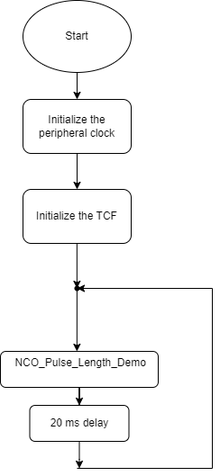
Above: images/ncoPlFlowchart.png in microchip-pic-avr-examples/avr16eb32-getting-started-with-tcf-mplab-bare-metal (draw.io), before the change. Source tidied: cells renumbered, new cells last; positions are measured from the earlier drawing's top-left corner, leaving out a move shared by most shapes.
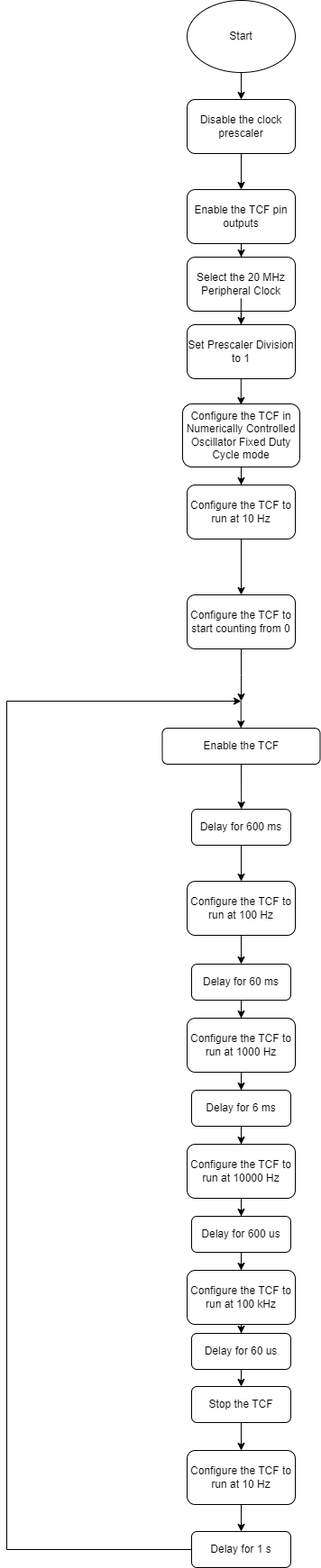
After the commit.

What changed in the source:
```diff
@@ -11,55 +11,156 @@
     <mxCell id="4" style="edgeStyle=orthogonalEdgeStyle;rounded=0;jettySize=auto;html=1;" parent="1" edge="1" source="5" target="6">
       <mxGeometry relative="1" as="geometry" />
     </mxCell>
-    <mxCell id="5" value="Initialize the peripheral clock" style="rounded=1;whiteSpace=wrap;html=1;" parent="1" vertex="1">
+    <mxCell id="5" value="Disable the clock prescaler" style="rounded=1;whiteSpace=wrap;html=1;" parent="1" vertex="1">
       <mxGeometry x="25" y="110" width="120" height="60" as="geometry" />
     </mxCell>
+    <mxCell id="16" style="edgeStyle=orthogonalEdgeStyle;rounded=0;jettySize=auto;html=1;" parent="1" edge="1" source="6" target="19">
+      <mxGeometry relative="1" as="geometry" />
+    </mxCell>
-    <mxCell id="6" value="Initialize the TCF" style="rounded=1;whiteSpace=wrap;html=1;" parent="1" vertex="1">
+    <mxCell id="6" value="Enable the TCF pin outputs" style="rounded=1;whiteSpace=wrap;html=1;" parent="1" vertex="1">
       <mxGeometry x="25" y="210" width="120" height="60" as="geometry" />
     </mxCell>
-    <mxCell id="7" style="edgeStyle=orthogonalEdgeStyle;rounded=0;jettySize=auto;html=1;" parent="1" edge="1" source="8" target="15">
-      <mxGeometry relative="1" as="geometry" />
-    </mxCell>
-    <mxCell id="8" value="&lt;div&gt;&amp;nbsp;NCO_Pulse_Length_Demo&lt;/div&gt;&lt;div&gt;&lt;br&gt;&lt;/div&gt;" style="rounded=1;whiteSpace=wrap;html=1;" parent="1" vertex="1">
-      <mxGeometry y="390" width="175" height="40" as="geometry" />
+    <mxCell id="8" value="Enable the TCF" style="rounded=1;whiteSpace=wrap;html=1;" parent="1" vertex="1">
+      <mxGeometry x="-2.5" y="808" width="175" height="40" as="geometry" />
     </mxCell>
-    <mxCell id="9" style="endArrow=classic;html=1;rounded=0;" parent="1" edge="1">
-      <mxGeometry relative="1" as="geometry">
-        <mxPoint x="84.9" y="270" as="sourcePoint" />
-        <mxPoint x="84.9" y="320" as="targetPoint" />
-      </mxGeometry>
-    </mxCell>
-    <mxCell id="10" style="endArrow=classic;html=1;rounded=0;entryX=0.441;entryY=0.667;entryDx=0;entryDy=0;entryPerimeter=0;" parent="1" edge="1">
-      <mxGeometry relative="1" as="geometry">
-        <mxPoint x="84.9" y="320" as="sourcePoint" />
-        <mxPoint x="84.9" y="390" as="targetPoint" />
-      </mxGeometry>
-    </mxCell>
-    <mxCell id="11" style="endArrow=classic;html=1;rounded=0;edgeStyle=orthogonalEdgeStyle;" parent="1" edge="1" source="13">
-      <mxGeometry relative="1" as="geometry">
-        <mxPoint x="85" y="320" as="targetPoint" />
-      </mxGeometry>
-    </mxCell>
-    <mxCell id="12" style="endArrow=classic;html=1;rounded=0;edgeStyle=orthogonalEdgeStyle;" parent="1" edge="1" target="13">
-      <mxGeometry relative="1" as="geometry">
-        <mxPoint x="85" y="520" as="sourcePoint" />
-        <Array as="points">
-          <mxPoint x="85" y="520" />
-          <mxPoint x="235" y="520" />
-          <mxPoint x="235" y="320" />
-        </Array>
-      </mxGeometry>
-    </mxCell>
-    <mxCell id="13" style="shape=waypoint;sketch=0;fillStyle=solid;size=6;points=[];fillColor=none;perimeter=centerPerimeter;snapToPoint=1;" parent="1" vertex="1">
-      <mxGeometry x="75" y="310" width="20" height="20" as="geometry" />
-    </mxCell>
-    <mxCell id="14" style="edgeStyle=orthogonalEdgeStyle;rounded=0;jettySize=auto;html=1;" parent="1" edge="1" source="15">
-      <mxGeometry relative="1" as="geometry">
-        <mxPoint x="87.5" y="520" as="targetPoint" />
-      </mxGeometry>
-    </mxCell>
+    <mxCell id="17" style="edgeStyle=orthogonalEdgeStyle;rounded=0;jettySize=auto;html=1;" parent="1" edge="1" source="15" target="29">
+      <mxGeometry relative="1" as="geometry" />
+    </mxCell>
-    <mxCell id="15" value="20 ms delay" style="rounded=1;whiteSpace=wrap;html=1;" parent="1" vertex="1">
-      <mxGeometry x="32.5" y="450" width="110" height="40" as="geometry" />
+    <mxCell id="15" value="Delay for 600 ms" style="rounded=1;whiteSpace=wrap;html=1;" parent="1" vertex="1">
+      <mxGeometry x="30" y="898" width="110" height="40" as="geometry" />
     </mxCell>
+    <mxCell id="18" style="edgeStyle=orthogonalEdgeStyle;rounded=0;jettySize=auto;html=1;" parent="1" edge="1" source="19" target="39">
+      <mxGeometry relative="1" as="geometry" />
+    </mxCell>
+    <mxCell id="19" value="Select the 20 MHz Peripheral Clock" style="rounded=1;whiteSpace=wrap;html=1;" parent="1" vertex="1">
+      <mxGeometry x="25" y="285" width="120" height="60" as="geometry" />
+    </mxCell>
+    <mxCell id="20" style="edgeStyle=orthogonalEdgeStyle;rounded=0;jettySize=auto;html=1;" parent="1" edge="1" source="21" target="23">
+      <mxGeometry relative="1" as="geometry" />
+    </mxCell>
+    <mxCell id="21" value="Configure the TCF in Numerically Controlled Oscillator Fixed Duty Cycle mode" style="rounded=1;whiteSpace=wrap;html=1;" parent="1" vertex="1">
+      <mxGeometry x="20" y="448" width="130" height="70" as="geometry" />
+    </mxCell>
+    <mxCell id="22" style="edgeStyle=orthogonalEdgeStyle;rounded=0;jettySize=auto;html=1;" parent="1" edge="1" source="23" target="26">
+      <mxGeometry relative="1" as="geometry" />
+    </mxCell>
+    <mxCell id="23" value="Configure the TCF to run at 10 Hz" style="rounded=1;whiteSpace=wrap;html=1;" parent="1" vertex="1">
+      <mxGeometry x="25" y="538" width="120" height="60" as="geometry" />
+    </mxCell>
+    <mxCell id="24" style="edgeStyle=orthogonalEdgeStyle;rounded=0;jettySize=auto;html=1;" parent="1" edge="1" source="26" target="27">
+      <mxGeometry relative="1" as="geometry">
+        <Array as="points">
+          <mxPoint x="85" y="740" />
+        </Array>
+      </mxGeometry>
+    </mxCell>
+    <mxCell id="25" style="edgeStyle=orthogonalEdgeStyle;rounded=0;jettySize=auto;html=1;" parent="1" edge="1" source="26">
+      <mxGeometry relative="1" as="geometry">
+        <mxPoint x="85" y="778" as="targetPoint" />
+      </mxGeometry>
+    </mxCell>
+    <mxCell id="26" value="Configure the TCF to start counting from 0" style="rounded=1;whiteSpace=wrap;html=1;" parent="1" vertex="1">
+      <mxGeometry x="25" y="660" width="120" height="60" as="geometry" />
+    </mxCell>
+    <mxCell id="27" style="ellipse;whiteSpace=wrap;html=1;" parent="1" vertex="1">
+      <mxGeometry x="-325" y="-240" as="geometry" />
+    </mxCell>
+    <mxCell id="28" style="edgeStyle=orthogonalEdgeStyle;rounded=0;jettySize=auto;html=1;" parent="1" edge="1" source="29" target="41">
+      <mxGeometry relative="1" as="geometry" />
+    </mxCell>
+    <mxCell id="29" value="Configure the TCF to run at 100 Hz" style="rounded=1;whiteSpace=wrap;html=1;" parent="1" vertex="1">
+      <mxGeometry x="25" y="978" width="120" height="60" as="geometry" />
+    </mxCell>
+    <mxCell id="30" style="endArrow=classic;html=1;rounded=0;exitX=0.5;exitY=1;exitDx=0;exitDy=0;" parent="1" edge="1" source="8">
+      <mxGeometry relative="1" as="geometry">
+        <mxPoint x="85.2" y="898" as="targetPoint" />
+      </mxGeometry>
+    </mxCell>
+    <mxCell id="31" style="edgeStyle=orthogonalEdgeStyle;rounded=0;jettySize=auto;html=1;entryX=0.5;entryY=0;entryDx=0;entryDy=0;" parent="1" edge="1" target="34">
+      <mxGeometry relative="1" as="geometry">
+        <mxPoint x="85" y="1579" as="sourcePoint" />
+      </mxGeometry>
+    </mxCell>
+    <mxCell id="32" value="Stop the TCF" style="rounded=1;whiteSpace=wrap;html=1;" parent="1" vertex="1">
+      <mxGeometry x="30" y="1539" width="110" height="40" as="geometry" />
+    </mxCell>
+    <mxCell id="33" style="edgeStyle=orthogonalEdgeStyle;rounded=0;jettySize=auto;html=1;" parent="1" edge="1" source="34" target="36">
+      <mxGeometry relative="1" as="geometry" />
+    </mxCell>
+    <mxCell id="34" value="Configure the TCF to run at 10 Hz" style="rounded=1;whiteSpace=wrap;html=1;" parent="1" vertex="1">
+      <mxGeometry x="25" y="1610" width="120" height="60" as="geometry" />
+    </mxCell>
+    <mxCell id="35" style="edgeStyle=orthogonalEdgeStyle;rounded=0;jettySize=auto;html=1;exitX=0;exitY=0.5;exitDx=0;exitDy=0;" parent="1" edge="1" source="36">
+      <mxGeometry relative="1" as="geometry">
+        <mxPoint x="85" y="778" as="targetPoint" />
+        <Array as="points">
+          <mxPoint x="-175" y="1720" />
+          <mxPoint x="-175" y="778" />
+        </Array>
+      </mxGeometry>
+    </mxCell>
+    <mxCell id="36" value="Delay for 1 s" style="rounded=1;whiteSpace=wrap;html=1;" parent="1" vertex="1">
+      <mxGeometry x="30" y="1700" width="110" height="40" as="geometry" />
+    </mxCell>
+    <mxCell id="37" style="endArrow=classic;html=1;rounded=0;" parent="1" edge="1">
+      <mxGeometry relative="1" as="geometry">
+        <mxPoint x="84.7" y="778" as="sourcePoint" />
+        <mxPoint x="84.7" y="808" as="targetPoint" />
+      </mxGeometry>
+    </mxCell>
+    <mxCell id="38" style="edgeStyle=orthogonalEdgeStyle;rounded=0;orthogonalLoop=1;jettySize=auto;html=1;" parent="1" edge="1">
+      <mxGeometry relative="1" as="geometry">
+        <mxPoint x="84.8" y="331" as="sourcePoint" />
+        <mxPoint x="84.8" y="449" as="targetPoint" />
+      </mxGeometry>
+    </mxCell>
+    <mxCell id="39" value="Set Prescaler Division to 1" style="rounded=1;whiteSpace=wrap;html=1;" parent="1" vertex="1">
+      <mxGeometry x="25" y="360" width="120" height="60" as="geometry" />
+    </mxCell>
+    <mxCell id="40" style="edgeStyle=orthogonalEdgeStyle;rounded=0;jettySize=auto;html=1;" parent="1" edge="1" source="41" target="43">
+      <mxGeometry relative="1" as="geometry" />
+    </mxCell>
+    <mxCell id="41" value="Delay for 60 ms" style="rounded=1;whiteSpace=wrap;html=1;" parent="1" vertex="1">
+      <mxGeometry x="30" y="1070" width="110" height="40" as="geometry" />
+    </mxCell>
+    <mxCell id="42" style="edgeStyle=orthogonalEdgeStyle;rounded=0;jettySize=auto;html=1;entryX=0.5;entryY=0;entryDx=0;entryDy=0;" parent="1" edge="1" source="43" target="45">
+      <mxGeometry relative="1" as="geometry" />
+    </mxCell>
+    <mxCell id="43" value="Configure the TCF to run at 1000 Hz" style="rounded=1;whiteSpace=wrap;html=1;" parent="1" vertex="1">
+      <mxGeometry x="25" y="1130" width="120" height="60" as="geometry" />
+    </mxCell>
+    <mxCell id="44" style="edgeStyle=orthogonalEdgeStyle;rounded=0;jettySize=auto;html=1;" parent="1" edge="1" source="45" target="47">
+      <mxGeometry relative="1" as="geometry" />
+    </mxCell>
+    <mxCell id="45" value="Delay for 6 ms" style="rounded=1;whiteSpace=wrap;html=1;" parent="1" vertex="1">
+      <mxGeometry x="30" y="1210" width="110" height="40" as="geometry" />
+    </mxCell>
+    <mxCell id="46" style="edgeStyle=orthogonalEdgeStyle;rounded=0;jettySize=auto;html=1;entryX=0.5;entryY=0;entryDx=0;entryDy=0;" parent="1" edge="1" source="47" target="49">
+      <mxGeometry relative="1" as="geometry" />
+    </mxCell>
+    <mxCell id="47" value="Configure the TCF to run at 10000 Hz" style="rounded=1;whiteSpace=wrap;html=1;" parent="1" vertex="1">
+      <mxGeometry x="25" y="1270" width="120" height="60" as="geometry" />
+    </mxCell>
+    <mxCell id="48" style="edgeStyle=orthogonalEdgeStyle;rounded=0;jettySize=auto;html=1;" parent="1" edge="1" source="49" target="51">
+      <mxGeometry relative="1" as="geometry" />
+    </mxCell>
+    <mxCell id="49" value="Delay for 600 us" style="rounded=1;whiteSpace=wrap;html=1;" parent="1" vertex="1">
+      <mxGeometry x="30" y="1350" width="110" height="40" as="geometry" />
+    </mxCell>
+    <mxCell id="50" style="edgeStyle=orthogonalEdgeStyle;rounded=0;jettySize=auto;html=1;" parent="1" edge="1" source="51" target="53">
+      <mxGeometry relative="1" as="geometry" />
+    </mxCell>
+    <mxCell id="51" value="Configure the TCF to run at 100 kHz" style="rounded=1;whiteSpace=wrap;html=1;" parent="1" vertex="1">
+      <mxGeometry x="25" y="1410" width="120" height="60" as="geometry" />
+    </mxCell>
+    <mxCell id="52" style="edgeStyle=orthogonalEdgeStyle;rounded=0;orthogonalLoop=1;jettySize=auto;html=1;entryX=0.5;entryY=0;entryDx=0;entryDy=0;" parent="1" edge="1">
+      <mxGeometry relative="1" as="geometry">
+        <mxPoint x="85" y="1520" as="sourcePoint" />
+        <mxPoint x="85" y="1539" as="targetPoint" />
+      </mxGeometry>
+    </mxCell>
+    <mxCell id="53" value="Delay for 60 us" style="rounded=1;whiteSpace=wrap;html=1;" parent="1" vertex="1">
+      <mxGeometry x="30" y="1480" width="110" height="40" as="geometry" />
+    </mxCell>
   </root>
 </mxGraphModel>
```
